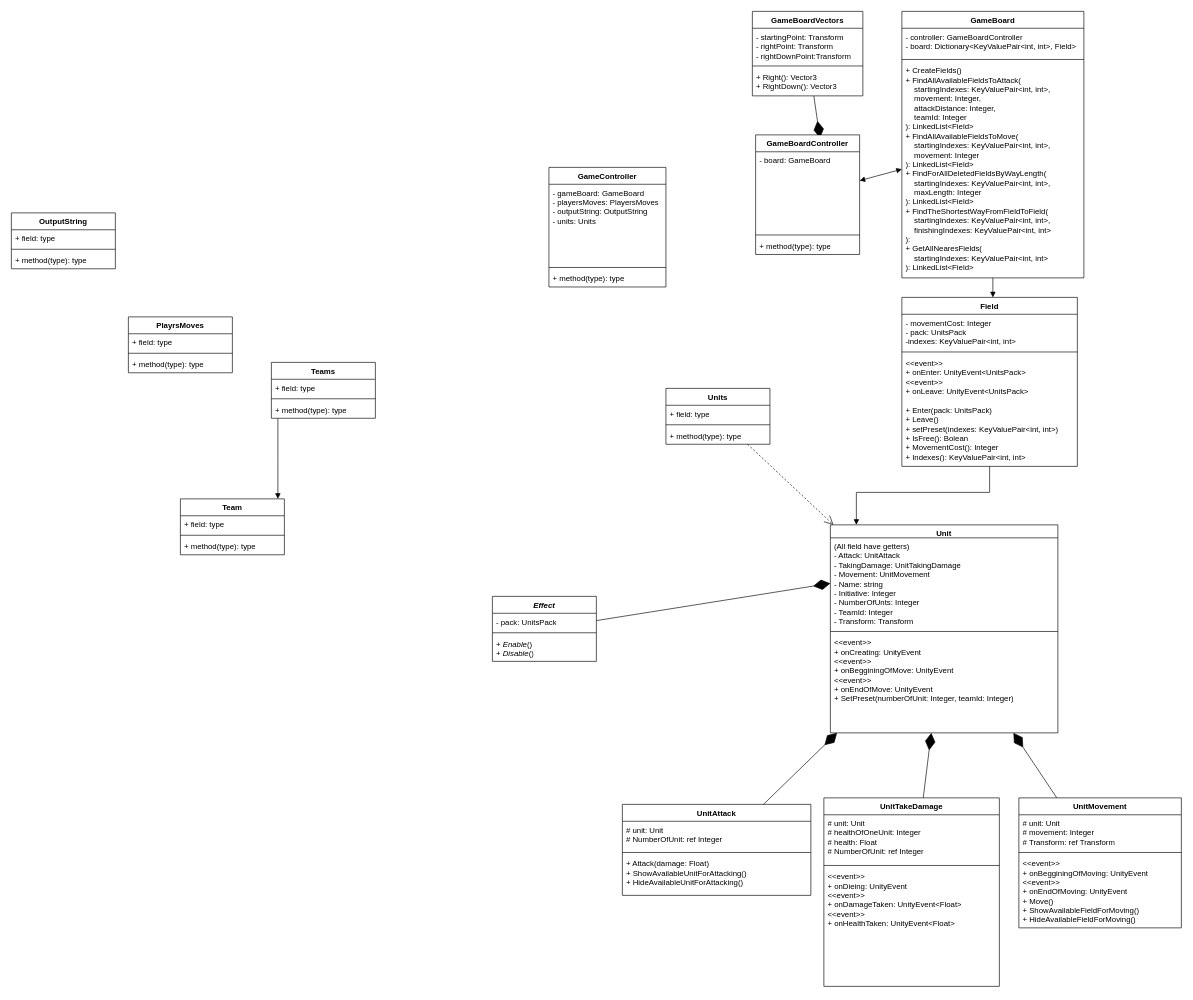
Above: Started classes uml diagrams.drawio in Reelap13/Battle-from-Heroes (draw.io), before the change. Source tidied: cells renumbered, new cells numbered last; positions are measured from the earlier drawing's top-left corner, leaving out a move shared by most shapes. Both pictures are drawn from the tidied source at 65%, with x=0, y=0 at pixel (11, 11).
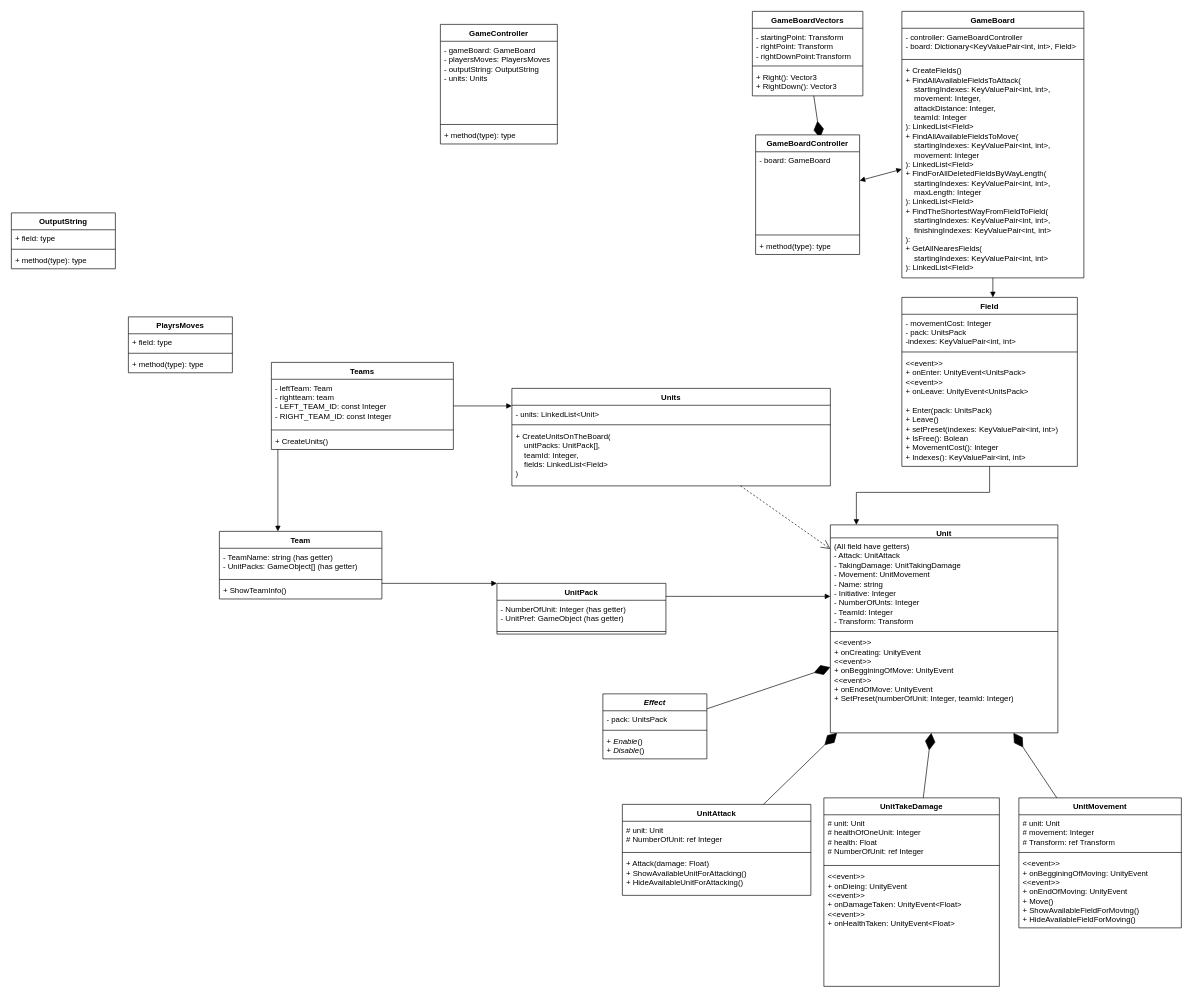
The same page after the edit.

Unchanged cells that the change refers to:
```xml
<mxCell id="26" value="Unit" style="swimlane;fontStyle=1;align=center;verticalAlign=top;horizontal=1;startSize=20;whiteSpace=wrap;html=1;" parent="1" vertex="1">
  <mxGeometry x="1260" y="790" width="350" height="320" as="geometry" />
</mxCell>
<mxCell id="27" value="(All field have getters)&lt;br&gt;- Attack: UnitAttack&lt;br&gt;- TakingDamage: UnitTakingDamage&lt;br&gt;- Movement: UnitMovement&lt;br&gt;- Name: string&lt;br&gt;- Initiative: Integer&lt;br&gt;- NumberOfUnts: Integer&lt;br&gt;- TeamId: Integer&lt;br&gt;- Transform: Transform" style="text;strokeColor=none;fillColor=none;align=left;verticalAlign=top;spacingLeft=4;spacingRight=4;overflow=hidden;points=[[0,0.5],[1,0.5]];portConstraint=eastwest;whiteSpace=wrap;html=1;" parent="26" vertex="1">
  <mxGeometry y="20" width="350" height="140" as="geometry" />
</mxCell>
```

Diff of the diagram source:
```diff
@@
     <mxCell id="2" value="GameController" style="swimlane;fontStyle=1;align=center;verticalAlign=top;horizontal=1;startSize=26;whiteSpace=wrap;html=1;" parent="1" vertex="1">
-      <mxGeometry x="827" y="240" width="180" height="184" as="geometry" />
+      <mxGeometry x="660" y="20" width="180" height="184" as="geometry" />
     </mxCell>
@@
     <mxCell id="18" value="Units" style="swimlane;fontStyle=1;align=center;verticalAlign=top;horizontal=1;startSize=26;whiteSpace=wrap;html=1;" parent="1" vertex="1">
-      <mxGeometry x="1007" y="580" width="160" height="86" as="geometry" />
+      <mxGeometry x="770" y="580" width="490" height="150" as="geometry" />
     </mxCell>
-    <mxCell id="19" value="+ field: type" style="text;strokeColor=none;fillColor=none;align=left;verticalAlign=top;spacingLeft=4;spacingRight=4;overflow=hidden;whiteSpace=wrap;html=1;" parent="18" vertex="1">
-      <mxGeometry y="26" width="160" height="26" as="geometry" />
+    <mxCell id="19" value="- units: LinkedList&amp;lt;Unit&amp;gt;" style="text;strokeColor=none;fillColor=none;align=left;verticalAlign=top;spacingLeft=4;spacingRight=4;overflow=hidden;whiteSpace=wrap;html=1;" parent="18" vertex="1">
+      <mxGeometry y="26" width="490" height="26" as="geometry" />
     </mxCell>
     <mxCell id="20" style="line;strokeWidth=1;fillColor=none;align=left;verticalAlign=middle;spacingTop=-1;spacingLeft=3;spacingRight=3;labelPosition=right;strokeColor=inherit;" parent="18" vertex="1">
-      <mxGeometry y="52" width="160" height="8" as="geometry" />
+      <mxGeometry y="52" width="490" height="8" as="geometry" />
     </mxCell>
-    <mxCell id="21" value="+ method(type): type" style="text;strokeColor=none;fillColor=none;align=left;verticalAlign=top;spacingLeft=4;spacingRight=4;overflow=hidden;whiteSpace=wrap;html=1;" parent="18" vertex="1">
-      <mxGeometry y="60" width="160" height="26" as="geometry" />
+    <mxCell id="21" value="+ CreateUnitsOnTheBoard(&lt;br&gt;&lt;span style=&quot;&quot;&gt;&lt;span style=&quot;&quot;&gt;&amp;nbsp;&amp;nbsp;&amp;nbsp;&amp;nbsp;&lt;/span&gt;&lt;/span&gt;unitPacks:&amp;nbsp;UnitPack[],&lt;br&gt;&lt;span style=&quot;&quot;&gt;&lt;span style=&quot;&quot;&gt;&amp;nbsp;&amp;nbsp;&amp;nbsp;&amp;nbsp;&lt;/span&gt;&lt;/span&gt;teamId: Integer,&lt;br&gt;&lt;span style=&quot;&quot;&gt;&lt;span style=&quot;&quot;&gt;&amp;nbsp;&amp;nbsp;&amp;nbsp;&amp;nbsp;&lt;/span&gt;&lt;/span&gt;fields:&amp;nbsp;LinkedList&amp;lt;Field&amp;gt;&lt;br&gt;)&lt;br&gt;" style="text;strokeColor=none;fillColor=none;align=left;verticalAlign=top;spacingLeft=4;spacingRight=4;overflow=hidden;whiteSpace=wrap;html=1;" parent="18" vertex="1">
+      <mxGeometry y="60" width="490" height="90" as="geometry" />
     </mxCell>
     <mxCell id="22" value="&lt;i&gt;Effect&lt;/i&gt;" style="swimlane;fontStyle=1;align=center;verticalAlign=top;horizontal=1;startSize=26;whiteSpace=wrap;html=1;" parent="1" vertex="1">
-      <mxGeometry x="740" y="900" width="160" height="100" as="geometry" />
+      <mxGeometry x="910" y="1050" width="160" height="100" as="geometry" />
     </mxCell>
@@
-    <mxCell id="30" style="endArrow=diamondThin;endFill=1;endSize=24;html=1;rounded=0;entryX=0;entryY=0.5;entryDx=0;entryDy=0;" parent="1" edge="1" source="22" target="27">
+    <mxCell id="30" style="endArrow=diamondThin;endFill=1;endSize=24;html=1;rounded=0;" parent="1" edge="1" source="22" target="26">
       <mxGeometry relative="1" as="geometry" />
     </mxCell>
@@
     <mxCell id="36" value="Teams" style="swimlane;fontStyle=1;align=center;verticalAlign=top;horizontal=1;startSize=26;whiteSpace=wrap;html=1;" parent="1" vertex="1">
-      <mxGeometry x="400" y="540" width="160" height="86" as="geometry" />
+      <mxGeometry x="400" y="540" width="280" height="134" as="geometry" />
     </mxCell>
-    <mxCell id="37" value="+ field: type" style="text;strokeColor=none;fillColor=none;align=left;verticalAlign=top;spacingLeft=4;spacingRight=4;overflow=hidden;whiteSpace=wrap;html=1;" parent="36" vertex="1">
-      <mxGeometry y="26" width="160" height="26" as="geometry" />
+    <mxCell id="37" value="- leftTeam: Team&lt;br&gt;- rightteam: team&lt;br&gt;-&amp;nbsp;LEFT_TEAM_ID: const Integer&lt;br&gt;-&amp;nbsp;RIGHT_TEAM_ID: const Integer" style="text;strokeColor=none;fillColor=none;align=left;verticalAlign=top;spacingLeft=4;spacingRight=4;overflow=hidden;whiteSpace=wrap;html=1;" parent="36" vertex="1">
+      <mxGeometry y="26" width="280" height="74" as="geometry" />
     </mxCell>
     <mxCell id="38" style="line;strokeWidth=1;fillColor=none;align=left;verticalAlign=middle;spacingTop=-1;spacingLeft=3;spacingRight=3;labelPosition=right;strokeColor=inherit;" parent="36" vertex="1">
-      <mxGeometry y="52" width="160" height="8" as="geometry" />
+      <mxGeometry y="100" width="280" height="8" as="geometry" />
     </mxCell>
-    <mxCell id="39" value="+ method(type): type" style="text;strokeColor=none;fillColor=none;align=left;verticalAlign=top;spacingLeft=4;spacingRight=4;overflow=hidden;whiteSpace=wrap;html=1;" parent="36" vertex="1">
-      <mxGeometry y="60" width="160" height="26" as="geometry" />
+    <mxCell id="39" value="+ CreateUnits()" style="text;strokeColor=none;fillColor=none;align=left;verticalAlign=top;spacingLeft=4;spacingRight=4;overflow=hidden;whiteSpace=wrap;html=1;" parent="36" vertex="1">
+      <mxGeometry y="108" width="280" height="26" as="geometry" />
     </mxCell>
-    <mxCell id="40" value="Team" style="swimlane;fontStyle=1;align=center;verticalAlign=top;horizontal=1;startSize=26;whiteSpace=wrap;html=1;" parent="1" vertex="1">
-      <mxGeometry x="260" y="750" width="160" height="86" as="geometry" />
-    </mxCell>
-    <mxCell id="41" value="+ field: type" style="text;strokeColor=none;fillColor=none;align=left;verticalAlign=top;spacingLeft=4;spacingRight=4;overflow=hidden;whiteSpace=wrap;html=1;" parent="40" vertex="1">
-      <mxGeometry y="26" width="160" height="26" as="geometry" />
-    </mxCell>
-    <mxCell id="42" style="line;strokeWidth=1;fillColor=none;align=left;verticalAlign=middle;spacingTop=-1;spacingLeft=3;spacingRight=3;labelPosition=right;strokeColor=inherit;" parent="40" vertex="1">
-      <mxGeometry y="52" width="160" height="8" as="geometry" />
-    </mxCell>
-    <mxCell id="43" value="+ method(type): type" style="text;strokeColor=none;fillColor=none;align=left;verticalAlign=top;spacingLeft=4;spacingRight=4;overflow=hidden;whiteSpace=wrap;html=1;" parent="40" vertex="1">
-      <mxGeometry y="60" width="160" height="26" as="geometry" />
-    </mxCell>
@@
+    <mxCell id="72" value="UnitPack" style="swimlane;fontStyle=1;align=center;verticalAlign=top;horizontal=1;startSize=26;whiteSpace=wrap;html=1;" parent="1" vertex="1">
+      <mxGeometry x="747" y="880" width="260" height="78" as="geometry" />
+    </mxCell>
+    <mxCell id="73" value="- NumberOfUnit: Integer (has getter)&lt;br&gt;- UnitPref: GameObject (has getter)" style="text;strokeColor=none;fillColor=none;align=left;verticalAlign=top;spacingLeft=4;spacingRight=4;overflow=hidden;whiteSpace=wrap;html=1;" parent="72" vertex="1">
+      <mxGeometry y="26" width="260" height="44" as="geometry" />
+    </mxCell>
+    <mxCell id="74" style="line;strokeWidth=1;fillColor=none;align=left;verticalAlign=middle;spacingTop=-1;spacingLeft=3;spacingRight=3;labelPosition=right;strokeColor=inherit;" parent="72" vertex="1">
+      <mxGeometry y="70" width="260" height="8" as="geometry" />
+    </mxCell>
+    <mxCell id="40" value="Team" style="swimlane;fontStyle=1;align=center;verticalAlign=top;horizontal=1;startSize=26;whiteSpace=wrap;html=1;" parent="1" vertex="1">
+      <mxGeometry x="320" y="800" width="250" height="104" as="geometry" />
+    </mxCell>
+    <mxCell id="75" value="- TeamName: string (has getter)&lt;br style=&quot;border-color: var(--border-color);&quot;&gt;- UnitPacks: GameObject[] (has getter)" style="text;strokeColor=none;fillColor=none;align=left;verticalAlign=top;spacingLeft=4;spacingRight=4;overflow=hidden;whiteSpace=wrap;html=1;" parent="40" vertex="1">
+      <mxGeometry y="26" width="250" height="44" as="geometry" />
+    </mxCell>
+    <mxCell id="76" style="line;strokeWidth=1;fillColor=none;align=left;verticalAlign=middle;spacingTop=-1;spacingLeft=3;spacingRight=3;labelPosition=right;strokeColor=inherit;" parent="40" vertex="1">
+      <mxGeometry y="70" width="250" height="8" as="geometry" />
+    </mxCell>
+    <mxCell id="77" value="+ ShowTeamInfo()" style="text;strokeColor=none;fillColor=none;align=left;verticalAlign=top;spacingLeft=4;spacingRight=4;overflow=hidden;whiteSpace=wrap;html=1;" parent="40" vertex="1">
+      <mxGeometry y="78" width="250" height="26" as="geometry" />
+    </mxCell>
+    <mxCell id="78" style="html=1;verticalAlign=bottom;endArrow=block;edgeStyle=elbowEdgeStyle;elbow=horizontal;curved=0;rounded=0;" parent="1" edge="1" source="40" target="72">
+      <mxGeometry x="-0.01" relative="1" as="geometry">
+        <Array as="points">
+          <mxPoint x="650" y="880" />
+        </Array>
+      </mxGeometry>
+    </mxCell>
+    <mxCell id="79" style="html=1;verticalAlign=bottom;endArrow=block;edgeStyle=elbowEdgeStyle;elbow=horizontal;curved=0;rounded=0;" parent="1" edge="1" source="36" target="18">
+      <mxGeometry x="-0.01" relative="1" as="geometry">
+        <Array as="points">
+          <mxPoint x="550" y="550" />
+        </Array>
+      </mxGeometry>
+    </mxCell>
+    <mxCell id="80" style="html=1;verticalAlign=bottom;endArrow=block;edgeStyle=elbowEdgeStyle;elbow=horizontal;curved=0;rounded=0;" parent="1" edge="1" source="72" target="26">
+      <mxGeometry x="-0.01" relative="1" as="geometry">
+        <Array as="points">
+          <mxPoint x="1090" y="900" />
+        </Array>
+      </mxGeometry>
+    </mxCell>
```
